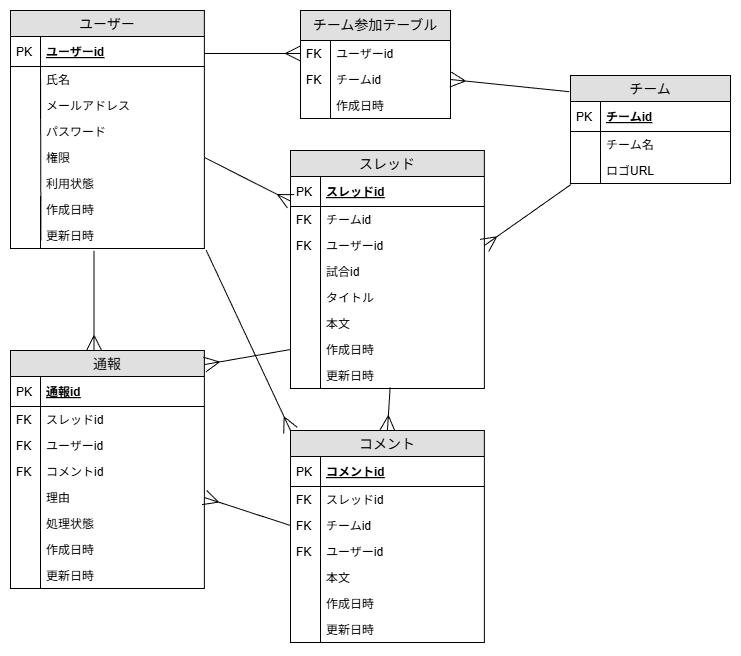
Before: docs/images/er_diagram.png, a diagram exported from draw.io (theobuzz14-cmyk/premier_hub). Source tidied: cells renumbered, new cells last; positions are measured from the earlier drawing's top-left corner, leaving out a move shared by most shapes.
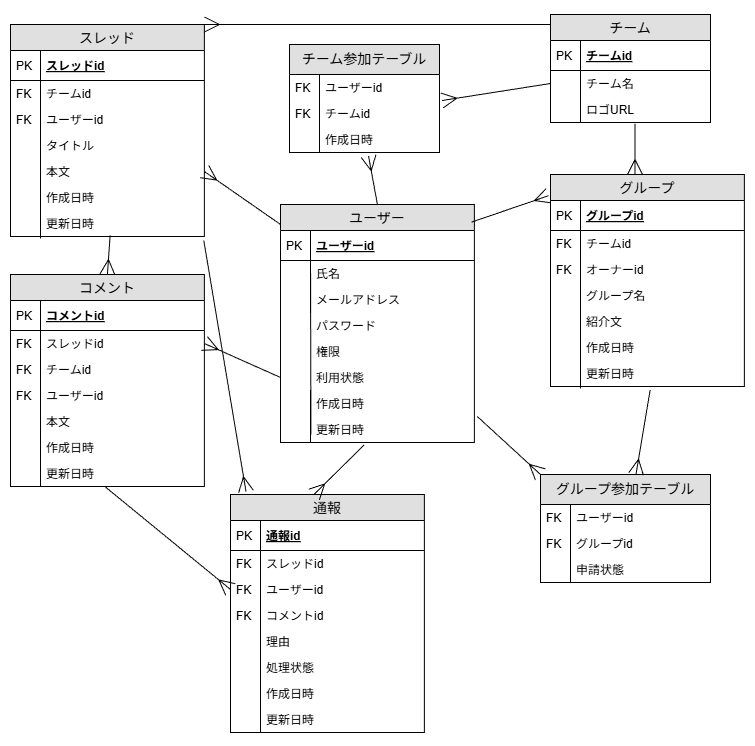
Later version of the same file.

Commit message:
[update] UIflow,ER図の修正（グループ作成機能に関する追記）

Change to the diagram source:
```diff
@@ -3,7 +3,7 @@
     <mxCell id="0" />
     <mxCell id="1" parent="0" />
     <mxCell id="2" value="ユーザー" style="swimlane;fontStyle=0;horizontal=1;startSize=26;fillColor=#e0e0e0;swimlaneFillColor=#ffffff;align=center;fontSize=14;" parent="1" vertex="1">
-      <mxGeometry width="193.8" height="238" as="geometry" />
+      <mxGeometry x="290" y="190" width="193.8" height="238" as="geometry" />
     </mxCell>
     <mxCell id="3" value="ユーザーid" style="shape=partialRectangle;top=0;left=0;right=0;bottom=1;align=left;verticalAlign=middle;fillColor=none;spacingLeft=34;spacingRight=4;overflow=hidden;fontStyle=5;fontSize=12;" parent="2" vertex="1">
       <mxGeometry y="26" width="193.8" height="30" as="geometry" />
@@ -51,7 +51,7 @@
       <mxGeometry width="30" height="26" as="geometry" />
     </mxCell>
     <mxCell id="17" value="チーム" style="swimlane;fontStyle=0;horizontal=1;startSize=26;fillColor=#e0e0e0;swimlaneFillColor=#ffffff;align=center;fontSize=14;" parent="1" vertex="1">
-      <mxGeometry x="560" y="65" width="160" height="108" as="geometry" />
+      <mxGeometry x="560" width="160" height="108" as="geometry" />
     </mxCell>
     <mxCell id="18" value="チームid" style="shape=partialRectangle;top=0;left=0;right=0;bottom=1;align=left;verticalAlign=middle;fillColor=none;spacingLeft=34;spacingRight=4;overflow=hidden;fontStyle=5;fontSize=12;" parent="17" vertex="1">
       <mxGeometry y="26" width="160" height="30" as="geometry" />
@@ -72,7 +72,7 @@
       <mxGeometry width="30" height="26" as="geometry" />
     </mxCell>
     <mxCell id="24" value="スレッド" style="swimlane;fontStyle=0;horizontal=1;startSize=26;fillColor=#e0e0e0;swimlaneFillColor=#ffffff;align=center;fontSize=14;" parent="1" vertex="1">
-      <mxGeometry x="280" y="140" width="193.8" height="238" as="geometry" />
+      <mxGeometry x="20" y="10" width="193.8" height="212" as="geometry" />
     </mxCell>
     <mxCell id="25" value="スレッドid" style="shape=partialRectangle;top=0;left=0;right=0;bottom=1;align=left;verticalAlign=middle;fillColor=none;spacingLeft=34;spacingRight=4;overflow=hidden;points=[[0,0.5],[1,0.5]];portConstraint=eastwest;fontStyle=5;fontSize=12;" parent="24" vertex="1">
       <mxGeometry y="26" width="193.8" height="30" as="geometry" />
@@ -98,14 +98,8 @@
         <mxPoint x="30" y="96" as="targetPoint" />
       </mxGeometry>
     </mxCell>
-    <mxCell id="32" value="試合id" style="shape=partialRectangle;top=0;left=0;right=0;bottom=0;align=left;verticalAlign=top;fillColor=none;spacingLeft=34;spacingRight=4;overflow=hidden;fontSize=12;" parent="24" vertex="1">
-      <mxGeometry y="108" width="193.8" height="26" as="geometry" />
-    </mxCell>
-    <mxCell id="33" style="shape=partialRectangle;top=0;left=0;bottom=0;fillColor=none;align=left;verticalAlign=top;spacingLeft=4;spacingRight=4;overflow=hidden;fontSize=12;" parent="32" vertex="1">
-      <mxGeometry width="30" height="26" as="geometry" />
-    </mxCell>
     <mxCell id="34" value="タイトル" style="shape=partialRectangle;top=0;left=0;right=0;bottom=0;align=left;verticalAlign=top;fillColor=none;spacingLeft=34;spacingRight=4;overflow=hidden;fontSize=12;strokeColor=default;labelBorderColor=none;labelBackgroundColor=none;fontColor=default;" parent="24" vertex="1">
-      <mxGeometry y="134" width="193.8" height="26" as="geometry" />
+      <mxGeometry y="108" width="193.8" height="26" as="geometry" />
     </mxCell>
     <mxCell id="35" style="endArrow=none;html=1;rounded=0;" parent="24" edge="1">
       <mxGeometry relative="1" as="geometry">
@@ -114,19 +108,19 @@
       </mxGeometry>
     </mxCell>
     <mxCell id="36" value="本文" style="shape=partialRectangle;top=0;left=0;right=0;bottom=0;align=left;verticalAlign=top;fillColor=none;spacingLeft=34;spacingRight=4;overflow=hidden;points=[[0,0.5],[1,0.5]];portConstraint=eastwest;fontSize=12;" parent="24" vertex="1">
-      <mxGeometry y="160" width="193.8" height="26" as="geometry" />
+      <mxGeometry y="134" width="193.8" height="26" as="geometry" />
     </mxCell>
     <mxCell id="37" value="作成日時" style="shape=partialRectangle;top=0;left=0;right=0;bottom=0;align=left;verticalAlign=top;fillColor=none;spacingLeft=34;spacingRight=4;overflow=hidden;points=[[0,0.5],[1,0.5]];portConstraint=eastwest;fontSize=12;" parent="24" vertex="1">
-      <mxGeometry y="186" width="193.8" height="26" as="geometry" />
+      <mxGeometry y="160" width="193.8" height="26" as="geometry" />
     </mxCell>
     <mxCell id="38" value="更新日時" style="shape=partialRectangle;top=0;left=0;right=0;bottom=0;align=left;verticalAlign=top;fillColor=none;spacingLeft=34;spacingRight=4;overflow=hidden;points=[[0,0.5],[1,0.5]];portConstraint=eastwest;fontSize=12;" parent="24" vertex="1">
-      <mxGeometry y="212" width="193.8" height="26" as="geometry" />
+      <mxGeometry y="186" width="193.8" height="26" as="geometry" />
     </mxCell>
     <mxCell id="39" style="shape=partialRectangle;top=0;left=0;bottom=0;fillColor=none;align=left;verticalAlign=top;spacingLeft=4;spacingRight=4;overflow=hidden;fontSize=12;" parent="38" vertex="1">
       <mxGeometry width="30" height="26" as="geometry" />
     </mxCell>
     <mxCell id="40" value="コメント" style="swimlane;fontStyle=0;horizontal=1;startSize=26;fillColor=#e0e0e0;swimlaneFillColor=#ffffff;align=center;fontSize=14;" parent="1" vertex="1">
-      <mxGeometry x="280" y="420" width="193.8" height="212" as="geometry" />
+      <mxGeometry x="20" y="260" width="193.8" height="212" as="geometry" />
     </mxCell>
     <mxCell id="41" value="コメントid" style="shape=partialRectangle;top=0;left=0;right=0;bottom=1;align=left;verticalAlign=middle;fillColor=none;spacingLeft=34;spacingRight=4;overflow=hidden;fontStyle=5;fontSize=12;" parent="40" vertex="1">
       <mxGeometry y="26" width="193.8" height="30" as="geometry" />
@@ -177,7 +171,7 @@
       <mxGeometry width="30" height="26" as="geometry" />
     </mxCell>
     <mxCell id="55" value="通報" style="swimlane;fontStyle=0;horizontal=1;startSize=26;fillColor=#e0e0e0;swimlaneFillColor=#ffffff;align=center;fontSize=14;" parent="1" vertex="1">
-      <mxGeometry y="340" width="193.8" height="238" as="geometry" />
+      <mxGeometry x="240" y="480" width="193.8" height="238" as="geometry" />
     </mxCell>
     <mxCell id="56" value="通報id" style="shape=partialRectangle;top=0;left=0;right=0;bottom=1;align=left;verticalAlign=middle;fillColor=none;spacingLeft=34;spacingRight=4;overflow=hidden;fontStyle=5;fontSize=12;" parent="55" vertex="1">
       <mxGeometry y="26" width="193.8" height="30" as="geometry" />
@@ -236,7 +230,7 @@
       <mxGeometry width="30" height="26" as="geometry" />
     </mxCell>
     <mxCell id="72" value="チーム参加テーブル" style="swimlane;fontStyle=0;horizontal=1;startSize=30;fillColor=#e0e0e0;swimlaneFillColor=#ffffff;align=center;fontSize=14;whiteSpace=wrap;" parent="1" vertex="1">
-      <mxGeometry x="290" width="150" height="108" as="geometry" />
+      <mxGeometry x="299" y="30" width="150" height="108" as="geometry" />
     </mxCell>
     <mxCell id="73" value="ユーザーid" style="shape=partialRectangle;top=0;left=0;right=0;bottom=0;align=left;verticalAlign=top;fillColor=none;spacingLeft=34;spacingRight=4;overflow=hidden;points=[[0,0.5],[1,0.5]];portConstraint=eastwest;fontSize=12;" parent="72" vertex="1">
       <mxGeometry y="30" width="150" height="26" as="geometry" />
@@ -256,34 +250,113 @@
     <mxCell id="78" style="shape=partialRectangle;top=0;left=0;bottom=0;fillColor=none;align=left;verticalAlign=top;spacingLeft=4;spacingRight=4;overflow=hidden;fontSize=12;" parent="77" vertex="1">
       <mxGeometry width="30" height="26" as="geometry" />
     </mxCell>
-    <mxCell id="79" style="edgeStyle=entityRelationEdgeStyle;fontSize=12;html=1;endArrow=ERmany;rounded=0;endSize=13;entryX=0;entryY=0.5;entryDx=0;entryDy=0;" parent="1" edge="1" target="73">
-      <mxGeometry relative="1" as="geometry">
-        <mxPoint x="194" y="43" as="sourcePoint" />
-      </mxGeometry>
-    </mxCell>
     <mxCell id="80" style="endArrow=ERmany;html=1;rounded=0;endFill=0;endSize=13;exitX=0.431;exitY=1.092;exitDx=0;exitDy=0;exitPerimeter=0;entryX=0.431;entryY=0;entryDx=0;entryDy=0;entryPerimeter=0;" parent="1" edge="1" source="15" target="55">
       <mxGeometry relative="1" as="geometry" />
     </mxCell>
-    <mxCell id="81" style="endArrow=ERmany;html=1;rounded=0;endFill=0;endSize=13;exitX=1;exitY=0.5;exitDx=0;exitDy=0;entryX=0.002;entryY=0.827;entryDx=0;entryDy=0;entryPerimeter=0;" parent="1" edge="1" source="11" target="25">
+    <mxCell id="81" style="endArrow=ERmany;html=1;rounded=0;endFill=0;endSize=13;exitX=0;exitY=0.084;exitDx=0;exitDy=0;entryX=1;entryY=0.5;entryDx=0;entryDy=0;exitPerimeter=0;" parent="1" edge="1" source="2" target="36">
       <mxGeometry relative="1" as="geometry" />
     </mxCell>
-    <mxCell id="82" style="endArrow=ERmany;html=1;rounded=0;endFill=0;endSize=13;exitX=-0.008;exitY=0.15;exitDx=0;exitDy=0;entryX=1;entryY=0.5;entryDx=0;entryDy=0;exitPerimeter=0;" parent="1" edge="1" source="17" target="75">
+    <mxCell id="82" style="endArrow=ERmany;html=1;rounded=0;endFill=0;endSize=13;exitX=0;exitY=0.5;exitDx=0;exitDy=0;entryX=1.017;entryY=0;entryDx=0;entryDy=0;entryPerimeter=0;" parent="1" edge="1" source="20" target="75">
       <mxGeometry relative="1" as="geometry" />
     </mxCell>
-    <mxCell id="83" style="endArrow=ERmany;html=1;rounded=0;endFill=0;endSize=13;exitX=0;exitY=0.5;exitDx=0;exitDy=0;entryX=1.001;entryY=0.059;entryDx=0;entryDy=0;entryPerimeter=0;" parent="1" edge="1" source="37" target="55">
+    <mxCell id="83" style="endArrow=ERmany;html=1;rounded=0;endFill=0;endSize=13;exitX=0.997;exitY=1.154;exitDx=0;exitDy=0;exitPerimeter=0;entryX=0.08;entryY=-0.012;entryDx=0;entryDy=0;entryPerimeter=0;" parent="1" edge="1" source="38" target="55">
       <mxGeometry relative="1" as="geometry" />
     </mxCell>
-    <mxCell id="84" style="endArrow=ERmany;html=1;rounded=0;endFill=0;endSize=13;entryX=1;entryY=0.5;entryDx=0;entryDy=0;exitX=0.003;exitY=1.038;exitDx=0;exitDy=0;exitPerimeter=0;" parent="1" edge="1" source="22" target="29">
+    <mxCell id="84" style="endArrow=ERmany;html=1;rounded=0;endFill=0;endSize=13;entryX=1;entryY=0;entryDx=0;entryDy=0;exitX=0;exitY=0.093;exitDx=0;exitDy=0;exitPerimeter=0;" parent="1" edge="1" source="17" target="24">
       <mxGeometry relative="1" as="geometry" />
     </mxCell>
-    <mxCell id="85" style="endArrow=ERmany;html=1;rounded=0;endFill=0;endSize=13;exitX=1.009;exitY=1.062;exitDx=0;exitDy=0;exitPerimeter=0;entryX=0;entryY=0;entryDx=0;entryDy=0;" parent="1" edge="1" source="15" target="40">
+    <mxCell id="85" style="endArrow=ERmany;html=1;rounded=0;endFill=0;endSize=13;exitX=0;exitY=0.5;exitDx=0;exitDy=0;entryX=1;entryY=0.5;entryDx=0;entryDy=0;" parent="1" edge="1" source="12" target="43">
       <mxGeometry relative="1" as="geometry" />
     </mxCell>
     <mxCell id="86" style="endArrow=ERmany;html=1;rounded=0;endFill=0;endSize=13;exitX=0.514;exitY=0.954;exitDx=0;exitDy=0;exitPerimeter=0;entryX=0.5;entryY=0;entryDx=0;entryDy=0;" parent="1" edge="1" source="38" target="40">
       <mxGeometry relative="1" as="geometry" />
     </mxCell>
-    <mxCell id="87" style="endArrow=ERmany;html=1;rounded=0;endFill=0;endSize=13;exitX=0;exitY=0.5;exitDx=0;exitDy=0;entryX=1;entryY=0.5;entryDx=0;entryDy=0;" parent="1" edge="1" source="45" target="65">
+    <mxCell id="87" style="endArrow=ERmany;html=1;rounded=0;endFill=0;endSize=13;exitX=0.489;exitY=1.015;exitDx=0;exitDy=0;entryX=0;entryY=0.5;entryDx=0;entryDy=0;exitPerimeter=0;" parent="1" edge="1" source="53" target="60">
       <mxGeometry relative="1" as="geometry" />
     </mxCell>
+    <mxCell id="88" value="グループ" style="swimlane;fontStyle=0;horizontal=1;startSize=26;fillColor=#e0e0e0;swimlaneFillColor=#ffffff;align=center;fontSize=14;" parent="1" vertex="1">
+      <mxGeometry x="560" y="160" width="193.8" height="212" as="geometry" />
+    </mxCell>
+    <mxCell id="89" value="グループid" style="shape=partialRectangle;top=0;left=0;right=0;bottom=1;align=left;verticalAlign=middle;fillColor=none;spacingLeft=34;spacingRight=4;overflow=hidden;fontStyle=5;fontSize=12;" parent="88" vertex="1">
+      <mxGeometry y="26" width="193.8" height="30" as="geometry" />
+    </mxCell>
+    <mxCell id="90" value="PK" style="shape=partialRectangle;top=0;left=0;bottom=0;fillColor=none;align=left;verticalAlign=middle;spacingLeft=4;spacingRight=4;overflow=hidden;fontSize=12;" parent="89" vertex="1">
+      <mxGeometry width="30" height="30" as="geometry" />
+    </mxCell>
+    <mxCell id="91" value="チームid" style="shape=partialRectangle;top=0;left=0;right=0;bottom=0;align=left;verticalAlign=top;fillColor=none;spacingLeft=34;spacingRight=4;overflow=hidden;fontSize=12;fontColor=#000000;" parent="88" vertex="1">
+      <mxGeometry y="56" width="193.8" height="26" as="geometry" />
+    </mxCell>
+    <mxCell id="92" value="FK" style="shape=partialRectangle;top=0;left=0;bottom=0;fillColor=none;align=left;verticalAlign=top;spacingLeft=4;spacingRight=4;overflow=hidden;fontSize=12;" parent="91" vertex="1">
+      <mxGeometry width="30" height="26" as="geometry" />
+    </mxCell>
+    <mxCell id="93" value="オーナーid" style="shape=partialRectangle;top=0;left=0;right=0;bottom=0;align=left;verticalAlign=top;fillColor=none;spacingLeft=34;spacingRight=4;overflow=hidden;fontSize=12;fontColor=#000000;" parent="88" vertex="1">
+      <mxGeometry y="82" width="193.8" height="26" as="geometry" />
+    </mxCell>
+    <mxCell id="94" value="FK" style="shape=partialRectangle;top=0;left=0;bottom=0;fillColor=none;align=left;verticalAlign=top;spacingLeft=4;spacingRight=4;overflow=hidden;fontSize=12;" parent="93" vertex="1">
+      <mxGeometry width="30" height="26" as="geometry" />
+    </mxCell>
+    <mxCell id="95" style="endArrow=none;html=1;rounded=0;" parent="88" edge="1">
+      <mxGeometry relative="1" as="geometry">
+        <mxPoint x="30" y="146" as="sourcePoint" />
+        <mxPoint x="30" y="96" as="targetPoint" />
+      </mxGeometry>
+    </mxCell>
+    <mxCell id="96" value="グループ名" style="shape=partialRectangle;top=0;left=0;right=0;bottom=0;align=left;verticalAlign=top;fillColor=none;spacingLeft=34;spacingRight=4;overflow=hidden;fontSize=12;strokeColor=default;labelBorderColor=none;labelBackgroundColor=none;fontColor=default;" parent="88" vertex="1">
+      <mxGeometry y="108" width="193.8" height="26" as="geometry" />
+    </mxCell>
+    <mxCell id="97" style="endArrow=none;html=1;rounded=0;" parent="88" edge="1">
+      <mxGeometry relative="1" as="geometry">
+        <mxPoint x="30" y="214" as="sourcePoint" />
+        <mxPoint x="30" y="134" as="targetPoint" />
+      </mxGeometry>
+    </mxCell>
+    <mxCell id="98" value="紹介文" style="shape=partialRectangle;top=0;left=0;right=0;bottom=0;align=left;verticalAlign=top;fillColor=none;spacingLeft=34;spacingRight=4;overflow=hidden;fontSize=12;" parent="88" vertex="1">
+      <mxGeometry y="134" width="193.8" height="26" as="geometry" />
+    </mxCell>
+    <mxCell id="99" value="作成日時" style="shape=partialRectangle;top=0;left=0;right=0;bottom=0;align=left;verticalAlign=top;fillColor=none;spacingLeft=34;spacingRight=4;overflow=hidden;fontSize=12;" parent="88" vertex="1">
+      <mxGeometry y="160" width="193.8" height="26" as="geometry" />
+    </mxCell>
+    <mxCell id="100" value="更新日時" style="shape=partialRectangle;top=0;left=0;right=0;bottom=0;align=left;verticalAlign=top;fillColor=none;spacingLeft=34;spacingRight=4;overflow=hidden;points=[[0,0.5],[1,0.5]];portConstraint=eastwest;fontSize=12;" parent="88" vertex="1">
+      <mxGeometry y="186" width="193.8" height="26" as="geometry" />
+    </mxCell>
+    <mxCell id="101" style="shape=partialRectangle;top=0;left=0;bottom=0;fillColor=none;align=left;verticalAlign=top;spacingLeft=4;spacingRight=4;overflow=hidden;fontSize=12;" parent="100" vertex="1">
+      <mxGeometry width="30" height="26" as="geometry" />
+    </mxCell>
+    <mxCell id="102" value="グループ参加テーブル" style="swimlane;fontStyle=0;horizontal=1;startSize=30;fillColor=#e0e0e0;swimlaneFillColor=#ffffff;align=center;fontSize=14;whiteSpace=wrap;" parent="1" vertex="1">
+      <mxGeometry x="550" y="460" width="170" height="108" as="geometry" />
+    </mxCell>
+    <mxCell id="103" value="ユーザーid" style="shape=partialRectangle;top=0;left=0;right=0;bottom=0;align=left;verticalAlign=top;fillColor=none;spacingLeft=34;spacingRight=4;overflow=hidden;fontSize=12;" parent="102" vertex="1">
+      <mxGeometry y="30" width="170" height="26" as="geometry" />
+    </mxCell>
+    <mxCell id="104" value="FK" style="shape=partialRectangle;top=0;left=0;bottom=0;fillColor=none;align=left;verticalAlign=top;spacingLeft=4;spacingRight=4;overflow=hidden;fontSize=12;" parent="103" vertex="1">
+      <mxGeometry width="30" height="26" as="geometry" />
+    </mxCell>
+    <mxCell id="105" value="グループid" style="shape=partialRectangle;top=0;left=0;right=0;bottom=0;align=left;verticalAlign=top;fillColor=none;spacingLeft=34;spacingRight=4;overflow=hidden;fontSize=12;" parent="102" vertex="1">
+      <mxGeometry y="56" width="170" height="26" as="geometry" />
+    </mxCell>
+    <mxCell id="106" value="FK" style="shape=partialRectangle;top=0;left=0;bottom=0;fillColor=none;align=left;verticalAlign=top;spacingLeft=4;spacingRight=4;overflow=hidden;fontSize=12;" parent="105" vertex="1">
+      <mxGeometry width="30" height="26" as="geometry" />
+    </mxCell>
+    <mxCell id="107" value="申請状態" style="shape=partialRectangle;top=0;left=0;right=0;bottom=0;align=left;verticalAlign=top;fillColor=none;spacingLeft=34;spacingRight=4;overflow=hidden;fontSize=12;" parent="102" vertex="1">
+      <mxGeometry y="82" width="170" height="26" as="geometry" />
+    </mxCell>
+    <mxCell id="108" style="shape=partialRectangle;top=0;left=0;bottom=0;fillColor=none;align=left;verticalAlign=top;spacingLeft=4;spacingRight=4;overflow=hidden;fontSize=12;" parent="107" vertex="1">
+      <mxGeometry width="30" height="26" as="geometry" />
+    </mxCell>
+    <mxCell id="109" style="endArrow=ERmany;html=1;rounded=0;endFill=0;endSize=13;exitX=0.5;exitY=0;exitDx=0;exitDy=0;entryX=0.527;entryY=1.138;entryDx=0;entryDy=0;entryPerimeter=0;" parent="1" edge="1" source="2" target="77">
+      <mxGeometry relative="1" as="geometry" />
+    </mxCell>
+    <mxCell id="110" style="endArrow=ERmany;html=1;rounded=0;endFill=0;endSize=13;exitX=0.986;exitY=0.074;exitDx=0;exitDy=0;entryX=-0.01;entryY=0.1;entryDx=0;entryDy=0;entryPerimeter=0;exitPerimeter=0;" parent="1" edge="1" source="2" target="88">
+      <mxGeometry relative="1" as="geometry" />
+    </mxCell>
+    <mxCell id="111" style="endArrow=ERmany;html=1;rounded=0;endFill=0;endSize=13;exitX=0.514;exitY=1.138;exitDx=0;exitDy=0;entryX=0.562;entryY=-0.004;entryDx=0;entryDy=0;entryPerimeter=0;exitPerimeter=0;" parent="1" edge="1" source="100" target="102">
+      <mxGeometry relative="1" as="geometry" />
+    </mxCell>
+    <mxCell id="112" style="endArrow=ERmany;html=1;rounded=0;endFill=0;endSize=13;exitX=1.015;exitY=0;exitDx=0;exitDy=0;entryX=0;entryY=0;entryDx=0;entryDy=0;exitPerimeter=0;" parent="1" edge="1" source="15" target="102">
+      <mxGeometry relative="1" as="geometry" />
+    </mxCell>
+    <mxCell id="113" style="endArrow=ERmany;html=1;rounded=0;endFill=0;endSize=13;exitX=0.528;exitY=1.046;exitDx=0;exitDy=0;entryX=0.436;entryY=0;entryDx=0;entryDy=0;entryPerimeter=0;exitPerimeter=0;" parent="1" edge="1" source="22" target="88">
+      <mxGeometry relative="1" as="geometry" />
+    </mxCell>
   </root>
 </mxGraphModel>
```
